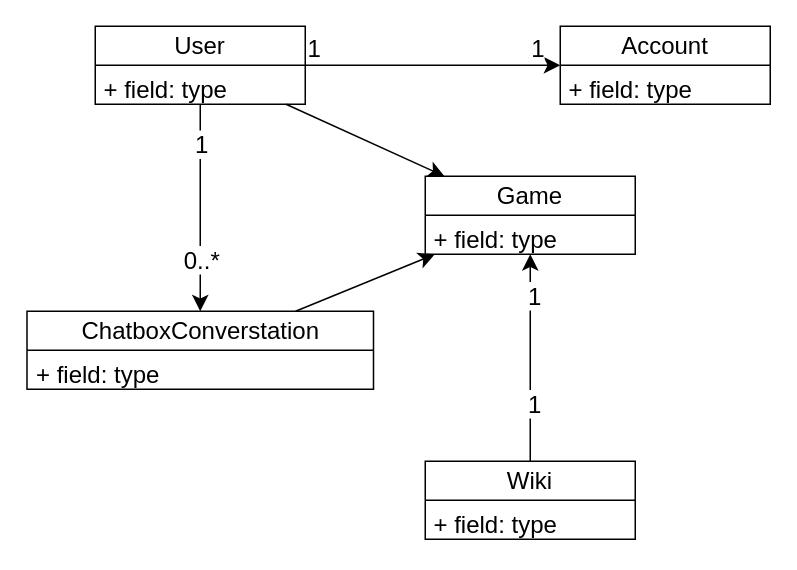
Earlier version of the draw.io diagram docs/Domain diagram.drawio (tohasim/SoulsHelperBackend). Source tidied: cells renumbered, new cells numbered last; positions are measured from the earlier drawing's top-left corner, leaving out a move shared by most shapes. Both pictures are drawn from the tidied source at 150%, with x=0, y=0 at pixel (26, 26).
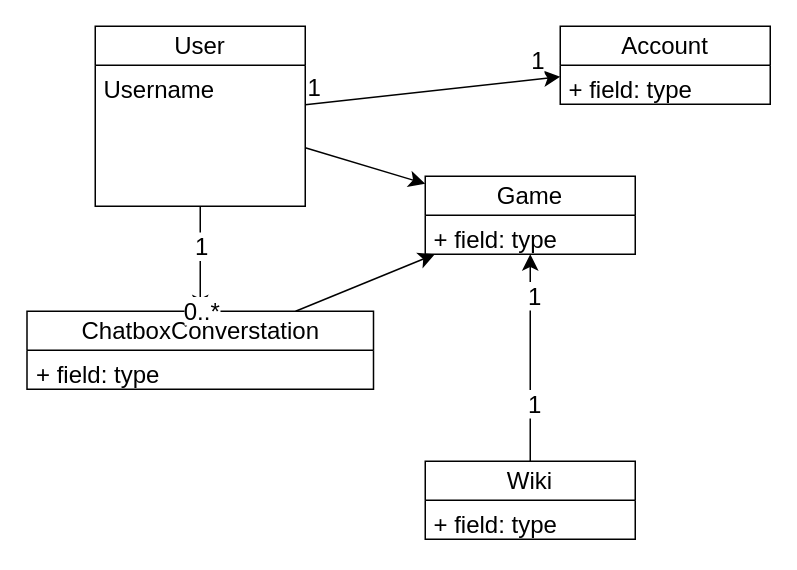
Above is the later version.

Diff of the diagram source:
```diff
@@
     <mxCell id="13" value="&lt;div&gt;User&lt;/div&gt;" style="swimlane;fontStyle=0;horizontal=1;startSize=26;fillColor=none;whiteSpace=wrap;html=1;fontSize=16;" parent="1" vertex="1">
-      <mxGeometry x="46" width="140" height="52" as="geometry" />
+      <mxGeometry x="46" width="140" height="120" as="geometry" />
     </mxCell>
-    <mxCell id="14" value="+ field: type" style="text;strokeColor=none;fillColor=none;align=left;verticalAlign=top;spacingLeft=4;spacingRight=4;overflow=hidden;whiteSpace=wrap;html=1;fontSize=16;" parent="13" vertex="1">
-      <mxGeometry y="26" width="140" height="26" as="geometry" />
+    <mxCell id="14" value="Username" style="text;strokeColor=none;fillColor=none;align=left;verticalAlign=top;spacingLeft=4;spacingRight=4;overflow=hidden;whiteSpace=wrap;html=1;fontSize=16;" parent="13" vertex="1">
+      <mxGeometry y="26" width="140" height="94" as="geometry" />
     </mxCell>
```
